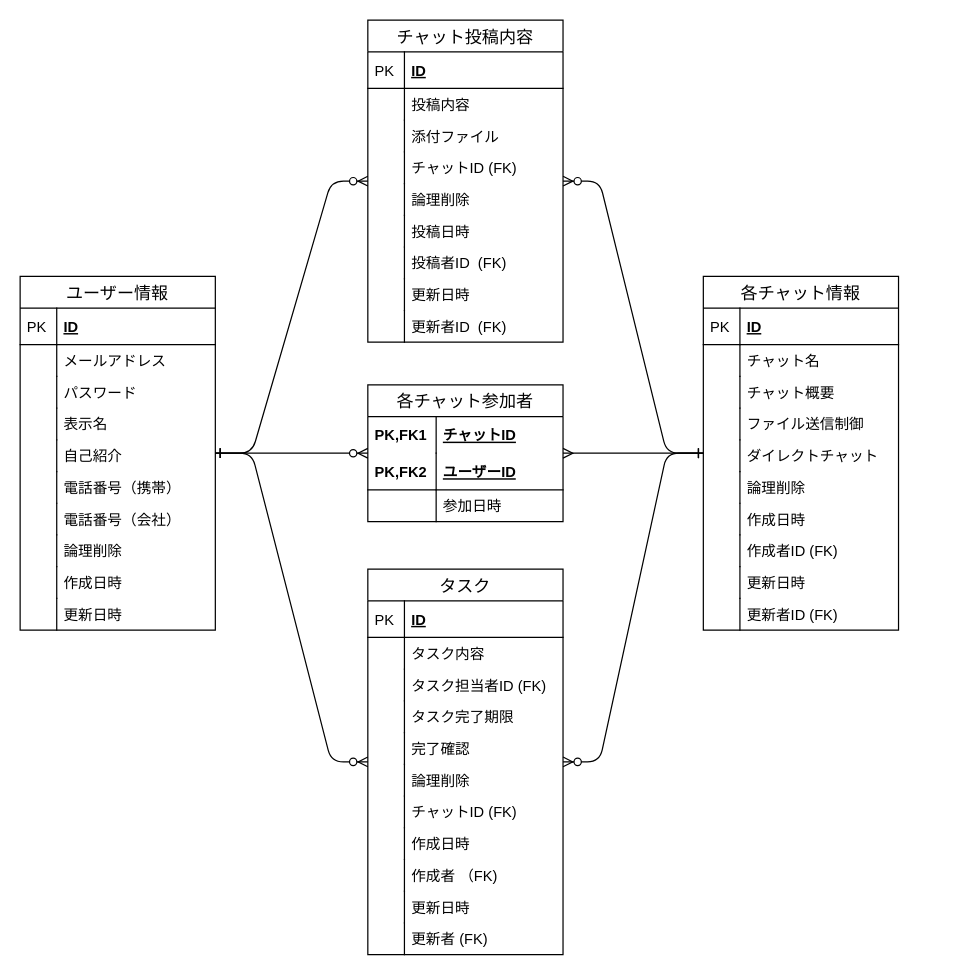
This is db/db-challenge1/chatWork.dio from Odachannnn/quelcode-db, a draw.io file, before an edit. Source tidied: cells renumbered, new cells numbered last; positions are measured from the earlier drawing's top-left corner, leaving out a move shared by most shapes. Both pictures are drawn from the tidied source at 122%, with x=0, y=0 at pixel (20, 20).
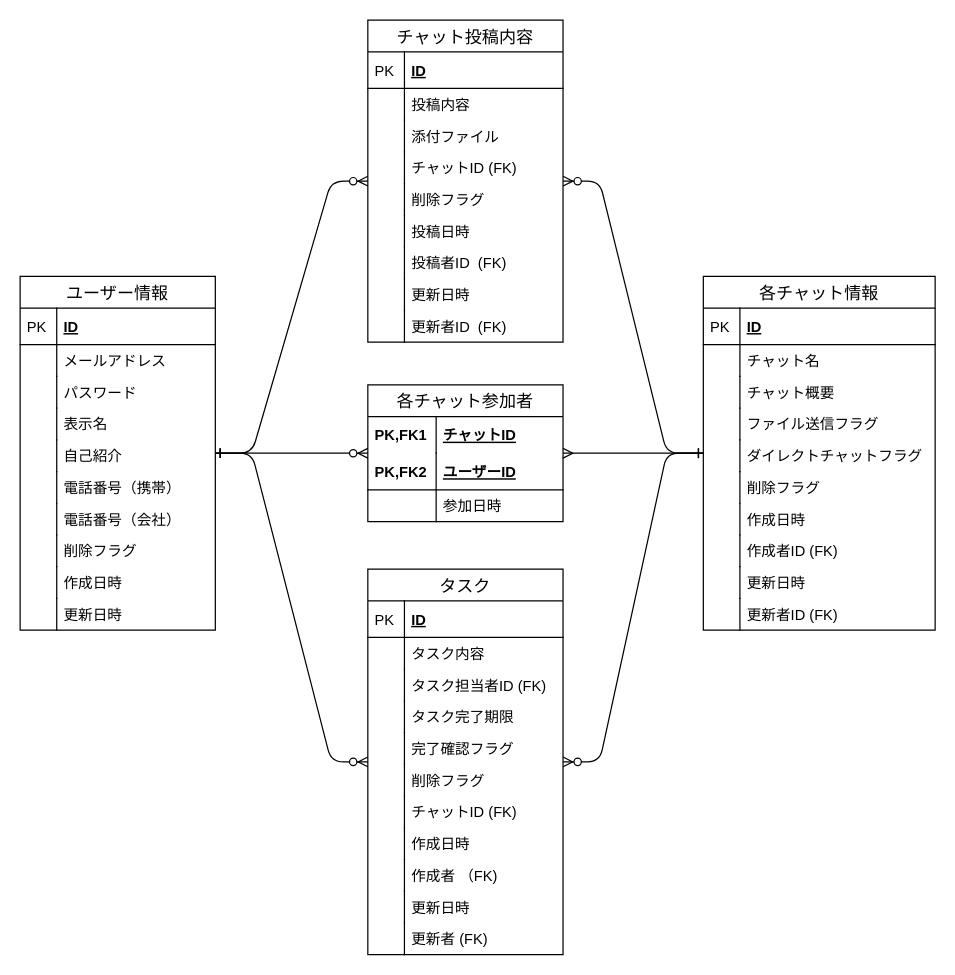
Above is the later version.

Commit message:
update フラグで管理する属性の名前の修正

Unchanged cells that the change refers to:
```xml
<mxCell id="15" value="ユーザー情報" style="swimlane;fontStyle=0;horizontal=1;startSize=26;align=center;fontSize=14;" parent="1" vertex="1">
  <mxGeometry y="210" width="160" height="290" as="geometry" />
</mxCell>
<mxCell id="57" value="チャット投稿内容" style="swimlane;fontStyle=0;horizontal=1;startSize=26;align=center;fontSize=14;" parent="1" vertex="1">
  <mxGeometry x="285" width="160" height="264" as="geometry" />
</mxCell>
<mxCell id="76" value="タスク" style="swimlane;fontStyle=0;horizontal=1;startSize=26;align=center;fontSize=14;" parent="1" vertex="1">
  <mxGeometry x="285" y="450" width="160" height="316" as="geometry" />
</mxCell>
```

What changed in the source:
```diff
@@
-    <mxCell id="30" value="論理削除" style="shape=partialRectangle;top=0;left=0;right=0;bottom=0;align=left;verticalAlign=top;fillColor=none;spacingLeft=34;spacingRight=4;overflow=hidden;fontSize=12;" parent="15" vertex="1">
+    <mxCell id="30" value="削除フラグ" style="shape=partialRectangle;top=0;left=0;right=0;bottom=0;align=left;verticalAlign=top;fillColor=none;spacingLeft=34;spacingRight=4;overflow=hidden;fontSize=12;" parent="15" vertex="1">
       <mxGeometry y="212" width="160" height="26" as="geometry" />
     </mxCell>
@@
     <mxCell id="36" value="各チャット情報" style="swimlane;fontStyle=0;horizontal=1;startSize=26;align=center;fontSize=14;" parent="1" vertex="1">
-      <mxGeometry x="560" y="210" width="160" height="290" as="geometry" />
+      <mxGeometry x="560" y="210" width="190" height="290" as="geometry" />
     </mxCell>
     <mxCell id="37" value="ID" style="shape=partialRectangle;top=0;left=0;right=0;bottom=1;align=left;verticalAlign=middle;fillColor=none;spacingLeft=34;spacingRight=4;overflow=hidden;fontStyle=5;fontSize=12;" parent="36" vertex="1">
-      <mxGeometry y="26" width="160" height="30" as="geometry" />
+      <mxGeometry y="26" width="190" height="30" as="geometry" />
     </mxCell>
@@
     <mxCell id="39" value="チャット名" style="shape=partialRectangle;top=0;left=0;right=0;bottom=0;align=left;verticalAlign=top;fillColor=none;spacingLeft=34;spacingRight=4;overflow=hidden;fontSize=12;" parent="36" vertex="1">
-      <mxGeometry y="56" width="160" height="26" as="geometry" />
+      <mxGeometry y="56" width="190" height="26" as="geometry" />
     </mxCell>
@@
     <mxCell id="41" value="チャット概要" style="shape=partialRectangle;top=0;left=0;right=0;bottom=0;align=left;verticalAlign=top;fillColor=none;spacingLeft=34;spacingRight=4;overflow=hidden;fontSize=12;" parent="36" vertex="1">
-      <mxGeometry y="82" width="160" height="26" as="geometry" />
+      <mxGeometry y="82" width="190" height="26" as="geometry" />
     </mxCell>
@@
-    <mxCell id="43" value="ファイル送信制御" style="shape=partialRectangle;top=0;left=0;right=0;bottom=0;align=left;verticalAlign=top;fillColor=none;spacingLeft=34;spacingRight=4;overflow=hidden;fontSize=12;" parent="36" vertex="1">
-      <mxGeometry y="108" width="160" height="26" as="geometry" />
+    <mxCell id="43" value="ファイル送信フラグ" style="shape=partialRectangle;top=0;left=0;right=0;bottom=0;align=left;verticalAlign=top;fillColor=none;spacingLeft=34;spacingRight=4;overflow=hidden;fontSize=12;" parent="36" vertex="1">
+      <mxGeometry y="108" width="190" height="26" as="geometry" />
     </mxCell>
@@
-    <mxCell id="45" value="ダイレクトチャット" style="shape=partialRectangle;top=0;left=0;right=0;bottom=0;align=left;verticalAlign=top;fillColor=none;spacingLeft=34;spacingRight=4;overflow=hidden;fontSize=12;" parent="36" vertex="1">
-      <mxGeometry y="134" width="160" height="26" as="geometry" />
+    <mxCell id="45" value="ダイレクトチャットフラグ" style="shape=partialRectangle;top=0;left=0;right=0;bottom=0;align=left;verticalAlign=top;fillColor=none;spacingLeft=34;spacingRight=4;overflow=hidden;fontSize=12;" parent="36" vertex="1">
+      <mxGeometry y="134" width="190" height="26" as="geometry" />
     </mxCell>
@@
-    <mxCell id="47" value="論理削除" style="shape=partialRectangle;top=0;left=0;right=0;bottom=0;align=left;verticalAlign=top;fillColor=none;spacingLeft=34;spacingRight=4;overflow=hidden;fontSize=12;" parent="36" vertex="1">
-      <mxGeometry y="160" width="160" height="26" as="geometry" />
+    <mxCell id="47" value="削除フラグ" style="shape=partialRectangle;top=0;left=0;right=0;bottom=0;align=left;verticalAlign=top;fillColor=none;spacingLeft=34;spacingRight=4;overflow=hidden;fontSize=12;" parent="36" vertex="1">
+      <mxGeometry y="160" width="190" height="26" as="geometry" />
     </mxCell>
@@
     <mxCell id="49" value="作成日時" style="shape=partialRectangle;top=0;left=0;right=0;bottom=0;align=left;verticalAlign=top;fillColor=none;spacingLeft=34;spacingRight=4;overflow=hidden;fontSize=12;" parent="36" vertex="1">
-      <mxGeometry y="186" width="160" height="26" as="geometry" />
+      <mxGeometry y="186" width="190" height="26" as="geometry" />
     </mxCell>
@@
     <mxCell id="51" value="作成者ID (FK)" style="shape=partialRectangle;top=0;left=0;right=0;bottom=0;align=left;verticalAlign=top;fillColor=none;spacingLeft=34;spacingRight=4;overflow=hidden;fontSize=12;" parent="36" vertex="1">
-      <mxGeometry y="212" width="160" height="26" as="geometry" />
+      <mxGeometry y="212" width="190" height="26" as="geometry" />
     </mxCell>
@@
     <mxCell id="53" value="更新日時" style="shape=partialRectangle;top=0;left=0;right=0;bottom=0;align=left;verticalAlign=top;fillColor=none;spacingLeft=34;spacingRight=4;overflow=hidden;fontSize=12;" parent="36" vertex="1">
-      <mxGeometry y="238" width="160" height="26" as="geometry" />
+      <mxGeometry y="238" width="190" height="26" as="geometry" />
     </mxCell>
@@
     <mxCell id="55" value="更新者ID (FK)" style="shape=partialRectangle;top=0;left=0;right=0;bottom=0;align=left;verticalAlign=top;fillColor=none;spacingLeft=34;spacingRight=4;overflow=hidden;fontSize=12;" parent="36" vertex="1">
-      <mxGeometry y="264" width="160" height="26" as="geometry" />
+      <mxGeometry y="264" width="190" height="26" as="geometry" />
     </mxCell>
@@
-    <mxCell id="66" value="論理削除" style="shape=partialRectangle;top=0;left=0;right=0;bottom=0;align=left;verticalAlign=top;fillColor=none;spacingLeft=34;spacingRight=4;overflow=hidden;fontSize=12;" parent="57" vertex="1">
+    <mxCell id="66" value="削除フラグ" style="shape=partialRectangle;top=0;left=0;right=0;bottom=0;align=left;verticalAlign=top;fillColor=none;spacingLeft=34;spacingRight=4;overflow=hidden;fontSize=12;" parent="57" vertex="1">
       <mxGeometry y="134" width="160" height="26" as="geometry" />
     </mxCell>
@@
-    <mxCell id="85" value="完了確認" style="shape=partialRectangle;top=0;left=0;right=0;bottom=0;align=left;verticalAlign=top;fillColor=none;spacingLeft=34;spacingRight=4;overflow=hidden;fontSize=12;" parent="76" vertex="1">
+    <mxCell id="85" value="完了確認フラグ" style="shape=partialRectangle;top=0;left=0;right=0;bottom=0;align=left;verticalAlign=top;fillColor=none;spacingLeft=34;spacingRight=4;overflow=hidden;fontSize=12;" parent="76" vertex="1">
       <mxGeometry y="134" width="160" height="26" as="geometry" />
     </mxCell>
@@
-    <mxCell id="87" value="論理削除" style="shape=partialRectangle;top=0;left=0;right=0;bottom=0;align=left;verticalAlign=top;fillColor=none;spacingLeft=34;spacingRight=4;overflow=hidden;fontSize=12;" parent="76" vertex="1">
+    <mxCell id="87" value="削除フラグ" style="shape=partialRectangle;top=0;left=0;right=0;bottom=0;align=left;verticalAlign=top;fillColor=none;spacingLeft=34;spacingRight=4;overflow=hidden;fontSize=12;" parent="76" vertex="1">
       <mxGeometry y="160" width="160" height="26" as="geometry" />
     </mxCell>
```
